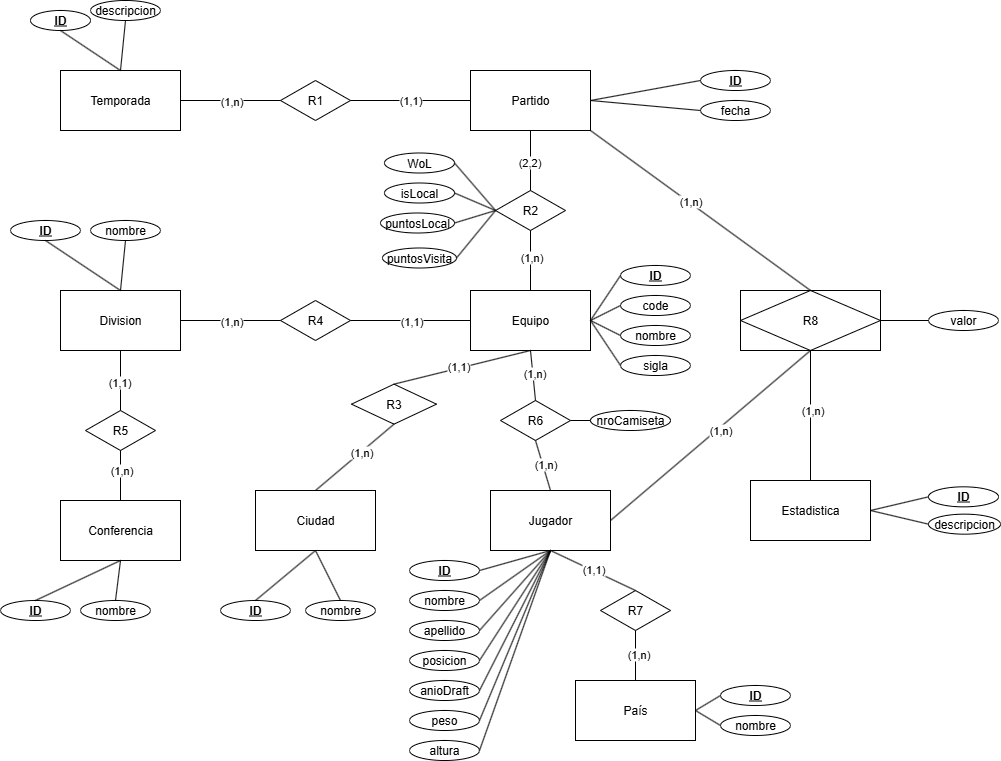
fabriciod7/TPBD keeps this draw.io diagram as DERtpBDD.png. Above is the earlier version. Source tidied: cells renumbered, new cells last; positions are measured from the earlier drawing's top-left corner, leaving out a move shared by most shapes.
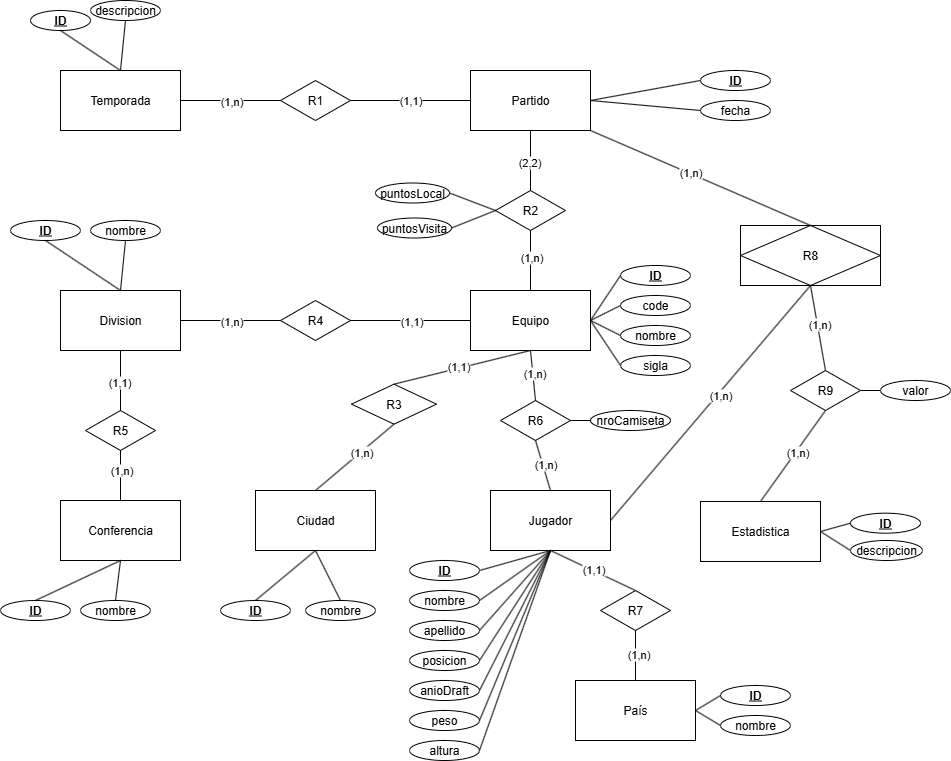
After the commit.

Diff of the diagram source:
```diff
@@ -39,24 +39,12 @@
     <mxCell id="12" value="&lt;b&gt;&lt;u&gt;ID&lt;/u&gt;&lt;/b&gt;" style="ellipse;whiteSpace=wrap;html=1;" parent="1" vertex="1">
       <mxGeometry x="700" y="70" width="70" height="20" as="geometry" />
     </mxCell>
-    <mxCell id="13" value="isLocal" style="ellipse;whiteSpace=wrap;html=1;" parent="1" vertex="1">
-      <mxGeometry x="384" y="182.5" width="70" height="20" as="geometry" />
-    </mxCell>
     <mxCell id="14" value="fecha" style="ellipse;whiteSpace=wrap;html=1;" parent="1" vertex="1">
       <mxGeometry x="700" y="100" width="70" height="20" as="geometry" />
     </mxCell>
-    <mxCell id="15" value="WoL" style="ellipse;whiteSpace=wrap;html=1;" parent="1" vertex="1">
-      <mxGeometry x="384" y="152.5" width="70" height="20" as="geometry" />
-    </mxCell>
-    <mxCell id="16" style="endArrow=none;html=1;rounded=0;entryX=1;entryY=0.5;entryDx=0;entryDy=0;exitX=0;exitY=0.5;exitDx=0;exitDy=0;" parent="1" edge="1" source="30" target="15">
-      <mxGeometry relative="1" as="geometry" />
-    </mxCell>
     <mxCell id="17" style="endArrow=none;html=1;rounded=0;entryX=0;entryY=0.5;entryDx=0;entryDy=0;exitX=1;exitY=0.5;exitDx=0;exitDy=0;" parent="1" edge="1" source="3" target="14">
       <mxGeometry relative="1" as="geometry" />
     </mxCell>
-    <mxCell id="18" style="endArrow=none;html=1;rounded=0;exitX=1;exitY=0.5;exitDx=0;exitDy=0;entryX=0;entryY=0.5;entryDx=0;entryDy=0;" parent="1" edge="1" source="13" target="30">
-      <mxGeometry relative="1" as="geometry" />
-    </mxCell>
     <mxCell id="19" style="endArrow=none;html=1;rounded=0;entryX=0;entryY=0.5;entryDx=0;entryDy=0;exitX=1;exitY=0.5;exitDx=0;exitDy=0;" parent="1" edge="1" source="3" target="12">
       <mxGeometry relative="1" as="geometry" />
     </mxCell>
@@ -311,7 +299,7 @@
       <mxGeometry x="-0.09" y="2" relative="1" as="geometry" />
     </mxCell>
     <mxCell id="100" value="Estadistica" style="rounded=0;whiteSpace=wrap;html=1;" parent="1" vertex="1">
-      <mxGeometry x="750" y="480" width="120" height="60" as="geometry" />
+      <mxGeometry x="700" y="501" width="120" height="60" as="geometry" />
     </mxCell>
     <mxCell id="101" style="endArrow=none;html=1;rounded=0;entryX=1;entryY=1;entryDx=0;entryDy=0;exitX=0.5;exitY=0;exitDx=0;exitDy=0;" parent="1" edge="1" source="109" target="3">
       <mxGeometry relative="1" as="geometry" />
@@ -320,10 +308,10 @@
       <mxGeometry x="0.1" y="-1" relative="1" as="geometry" />
     </mxCell>
     <mxCell id="103" value="&lt;b&gt;&lt;u&gt;ID&lt;/u&gt;&lt;/b&gt;" style="ellipse;whiteSpace=wrap;html=1;" parent="1" vertex="1">
-      <mxGeometry x="928" y="486.3" width="70" height="20" as="geometry" />
+      <mxGeometry x="850" y="512.7" width="70" height="20" as="geometry" />
     </mxCell>
     <mxCell id="104" value="descripcion" style="ellipse;whiteSpace=wrap;html=1;" parent="1" vertex="1">
-      <mxGeometry x="928" y="513.7" width="72" height="20" as="geometry" />
+      <mxGeometry x="850" y="540" width="72" height="20" as="geometry" />
     </mxCell>
     <mxCell id="105" style="endArrow=none;html=1;rounded=0;entryX=1;entryY=0.5;entryDx=0;entryDy=0;exitX=0;exitY=0.5;exitDx=0;exitDy=0;" parent="1" edge="1" source="103" target="100">
       <mxGeometry relative="1" as="geometry" />
@@ -332,13 +320,13 @@
       <mxGeometry relative="1" as="geometry" />
     </mxCell>
     <mxCell id="107" value="puntosLocal" style="ellipse;whiteSpace=wrap;html=1;" parent="1" vertex="1">
-      <mxGeometry x="380" y="212.5" width="74" height="20" as="geometry" />
+      <mxGeometry x="375" y="182.5" width="74" height="20" as="geometry" />
     </mxCell>
     <mxCell id="108" style="endArrow=none;html=1;rounded=0;entryX=1;entryY=0.5;entryDx=0;entryDy=0;exitX=0;exitY=0.5;exitDx=0;exitDy=0;" parent="1" edge="1" source="30" target="107">
       <mxGeometry relative="1" as="geometry" />
     </mxCell>
     <mxCell id="109" value="R8" style="shape=associativeEntity;whiteSpace=wrap;html=1;align=center;" parent="1" vertex="1">
-      <mxGeometry x="740" y="290" width="140" height="60" as="geometry" />
+      <mxGeometry x="740" y="225" width="140" height="60" as="geometry" />
     </mxCell>
     <mxCell id="110" style="endArrow=none;html=1;rounded=0;entryX=0.5;entryY=1;entryDx=0;entryDy=0;exitX=1;exitY=0.5;exitDx=0;exitDy=0;" parent="1" edge="1" source="64" target="109">
       <mxGeometry relative="1" as="geometry" />
@@ -347,22 +335,31 @@
       <mxGeometry x="0.08" y="-2" relative="1" as="geometry" />
     </mxCell>
     <mxCell id="112" value="valor" style="ellipse;whiteSpace=wrap;html=1;" parent="1" vertex="1">
-      <mxGeometry x="928" y="310" width="70" height="20" as="geometry" />
+      <mxGeometry x="880" y="380" width="70" height="20" as="geometry" />
     </mxCell>
-    <mxCell id="113" style="endArrow=none;html=1;rounded=0;entryX=1;entryY=0.5;entryDx=0;entryDy=0;exitX=0;exitY=0.5;exitDx=0;exitDy=0;" parent="1" edge="1" source="112" target="109">
+    <mxCell id="113" style="endArrow=none;html=1;rounded=0;entryX=1;entryY=0.5;entryDx=0;entryDy=0;exitX=0;exitY=0.5;exitDx=0;exitDy=0;" parent="1" edge="1" source="112" target="118">
       <mxGeometry relative="1" as="geometry" />
     </mxCell>
-    <mxCell id="114" style="endArrow=none;html=1;rounded=0;entryX=0.5;entryY=1;entryDx=0;entryDy=0;exitX=0.5;exitY=0;exitDx=0;exitDy=0;" parent="1" edge="1" source="100" target="109">
+    <mxCell id="114" style="endArrow=none;html=1;rounded=0;entryX=0.5;entryY=1;entryDx=0;entryDy=0;exitX=0.5;exitY=0;exitDx=0;exitDy=0;" parent="1" edge="1" source="100" target="118">
       <mxGeometry relative="1" as="geometry" />
     </mxCell>
     <mxCell id="115" value="(1,n)" style="edgeLabel;html=1;align=center;verticalAlign=middle;" parent="114" vertex="1">
       <mxGeometry x="0.1" y="-1" relative="1" as="geometry" />
     </mxCell>
     <mxCell id="116" value="puntosVisita" style="ellipse;whiteSpace=wrap;html=1;" parent="1" vertex="1">
-      <mxGeometry x="382" y="247.5" width="74" height="20" as="geometry" />
+      <mxGeometry x="377" y="217.5" width="74" height="20" as="geometry" />
     </mxCell>
     <mxCell id="117" style="endArrow=none;html=1;rounded=0;entryX=1;entryY=0.5;entryDx=0;entryDy=0;exitX=0;exitY=0.5;exitDx=0;exitDy=0;" parent="1" edge="1" source="30" target="116">
       <mxGeometry relative="1" as="geometry" />
     </mxCell>
+    <mxCell id="118" value="R9" style="rhombus;whiteSpace=wrap;html=1;" parent="1" vertex="1">
+      <mxGeometry x="790" y="370" width="70" height="40" as="geometry" />
+    </mxCell>
+    <mxCell id="119" style="endArrow=none;html=1;rounded=0;entryX=0.5;entryY=1;entryDx=0;entryDy=0;exitX=0.5;exitY=0;exitDx=0;exitDy=0;" parent="1" edge="1" source="118" target="109">
+      <mxGeometry relative="1" as="geometry" />
+    </mxCell>
+    <mxCell id="120" value="(1,n)" style="edgeLabel;html=1;align=center;verticalAlign=middle;" parent="119" vertex="1">
+      <mxGeometry x="0.08" y="-2" relative="1" as="geometry" />
+    </mxCell>
   </root>
 </mxGraphModel>
```
